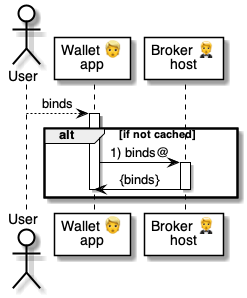
The PlantUML diagram 5 ⏩ Flows/90 🧑‍🦰👉 Wallets/30 👉🔗 Binds/.📎 Assets/⚙️ List binds.png in pollyweb-org/pollyweb-docs, before a commit. Its source is kept beside it as 5 ⏩ Flows/90 🧑‍🦰👉 Wallets/30 👉🔗 Binds/.📎 Assets/⚙️ List binds.puml. Its diagram source:
```plantuml
@startuml Binds

actor "User" as user
participant "Wallet 👱\napp" as wallet
participant "Broker 🤵\nhost" as broker

user --> wallet: binds


alt if not cached

    activate wallet
        wallet -> broker: 1) binds@
    activate broker

    broker -> wallet: {binds}
    deactivate broker
    deactivate wallet
    deactivate user

end group

@enduml
```
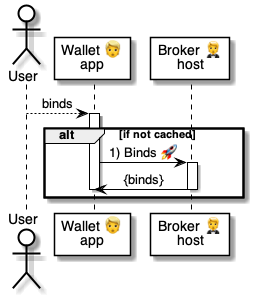
After the commit.

The edit, as a diff of the source:
```diff
@@ -10,7 +10,7 @@
 alt if not cached
 
     activate wallet
-        wallet -> broker: 1) binds@
+        wallet -> broker: 1) Binds 🚀
     activate broker
 
     broker -> wallet: {binds}
```
